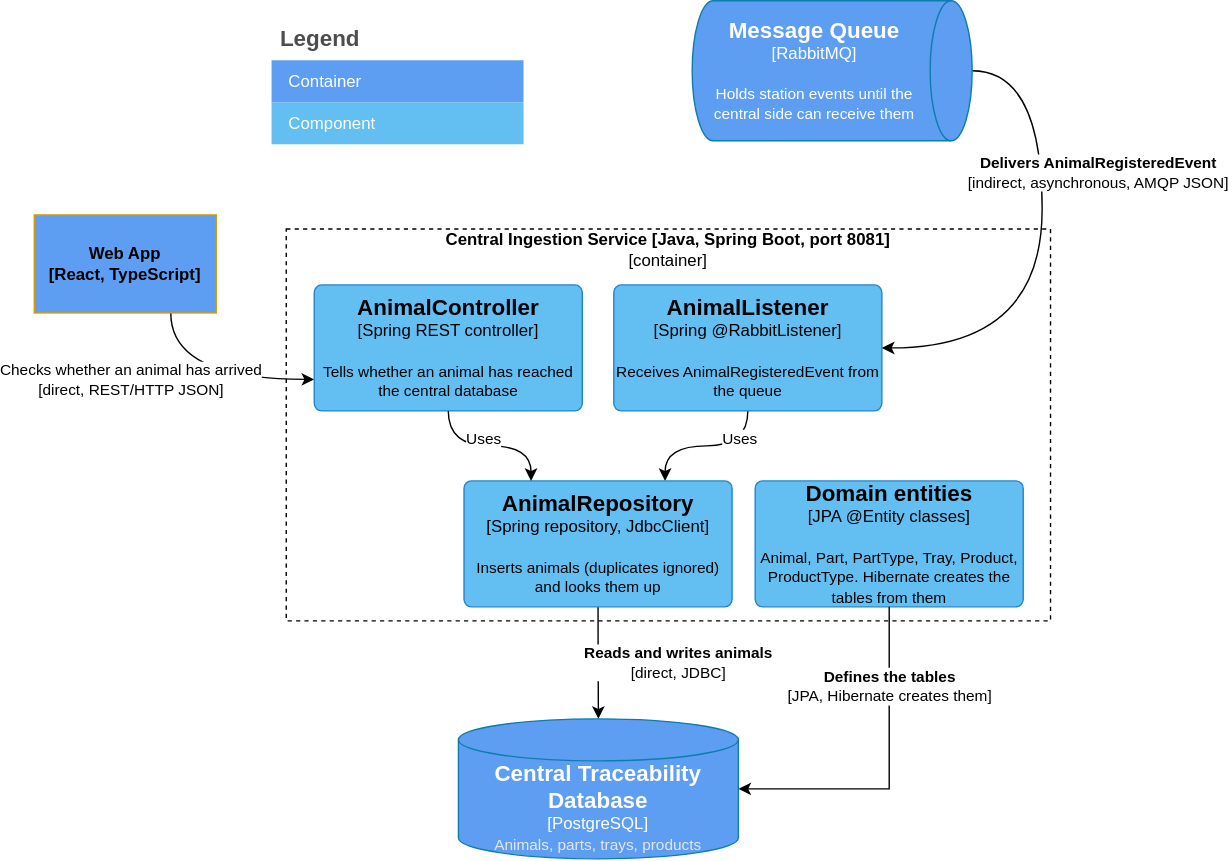
Before: documentation/DSY_C3_IngestionService.drawio.svg, a diagram exported from draw.io (mforbeskr/DSY_Project). Source tidied: cells renumbered, new cells last; positions are measured from the earlier drawing's top-left corner, leaving out a move shared by most shapes.
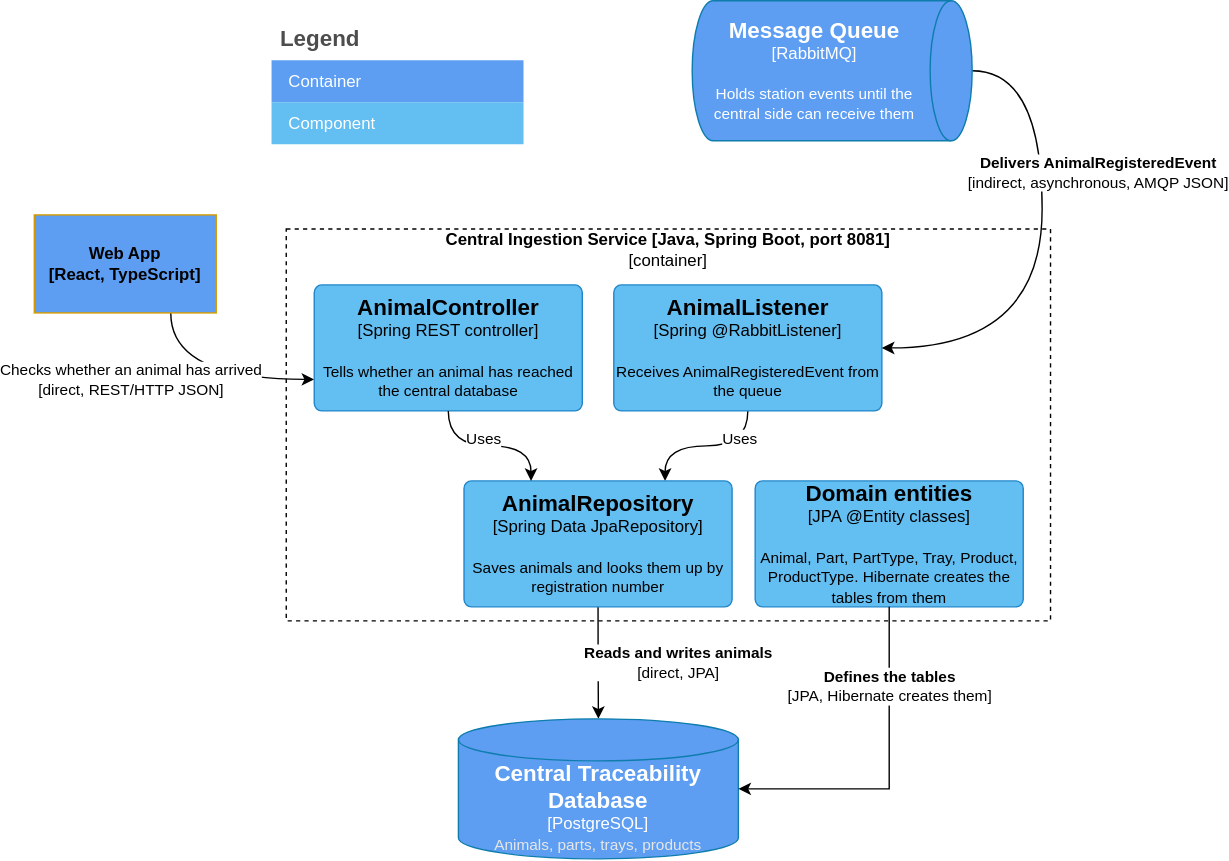
Later version of the same file.

Commit message:
Ingestion JPA

Diff of the diagram source:
```diff
@@ -24,12 +24,12 @@
     <mxCell id="7" style="edgeStyle=orthogonalEdgeStyle;rounded=0;jettySize=auto;html=1;exitX=0.5;exitY=1;exitDx=0;exitDy=0;exitPerimeter=0;defaultLabelBackgroundColor=page;" parent="1" edge="1" source="9" target="13">
       <mxGeometry relative="1" as="geometry" />
     </mxCell>
-    <mxCell id="8" value="&lt;b&gt;Reads and writes animals&lt;/b&gt;&lt;br&gt;[direct, JDBC]" style="edgeLabel;html=1;align=center;verticalAlign=middle;inheritText=1;defaultLabelBackgroundColor=page;" parent="7" vertex="1">
+    <mxCell id="8" value="&lt;b&gt;Reads and writes animals&lt;/b&gt;&lt;br&gt;[direct, JPA]" style="edgeLabel;html=1;align=center;verticalAlign=middle;inheritText=1;defaultLabelBackgroundColor=page;" parent="7" vertex="1">
       <mxGeometry x="-0.08" y="4" relative="1" as="geometry">
         <mxPoint x="53" y="3" as="offset" />
       </mxGeometry>
     </mxCell>
-    <object id="9" label="&lt;font style=&quot;font-size: 16px&quot;&gt;&lt;b&gt;%c4Name%&lt;/b&gt;&lt;/font&gt;&lt;div&gt;[%c4Technology%]&lt;/div&gt;&lt;br&gt;&lt;div&gt;&lt;font style=&quot;font-size: 11px&quot;&gt;%c4Description%&lt;/font&gt;&lt;/div&gt;" c4Description="Inserts animals (duplicates ignored) and looks them up" c4Name="AnimalRepository" c4Technology="Spring repository, JdbcClient" c4Type="" placeholders="1">
+    <object id="9" label="&lt;font style=&quot;font-size: 16px&quot;&gt;&lt;b&gt;%c4Name%&lt;/b&gt;&lt;/font&gt;&lt;div&gt;[%c4Technology%]&lt;/div&gt;&lt;br&gt;&lt;div&gt;&lt;font style=&quot;font-size: 11px&quot;&gt;%c4Description%&lt;/font&gt;&lt;/div&gt;" c4Description="Saves animals and looks them up by registration number" c4Name="AnimalRepository" c4Technology="Spring Data JpaRepository" c4Type="" placeholders="1">
       <mxCell style="rounded=1;whiteSpace=wrap;html=1;labelBackgroundColor=none;fillColor=#63BEF2;fontColor=#000000;align=center;arcSize=6;strokeColor=#2086C9;points=[[0.25,0,0],[0.5,0,0],[0.75,0,0],[1,0.25,0],[1,0.5,0],[1,0.75,0],[0.75,1,0],[0.5,1,0],[0.25,1,0],[0,0.75,0],[0,0.5,0],[0,0.25,0]];" parent="1" vertex="1">
         <mxGeometry x="307" y="343" width="191.5" height="90" as="geometry" />
       </mxCell>
```
